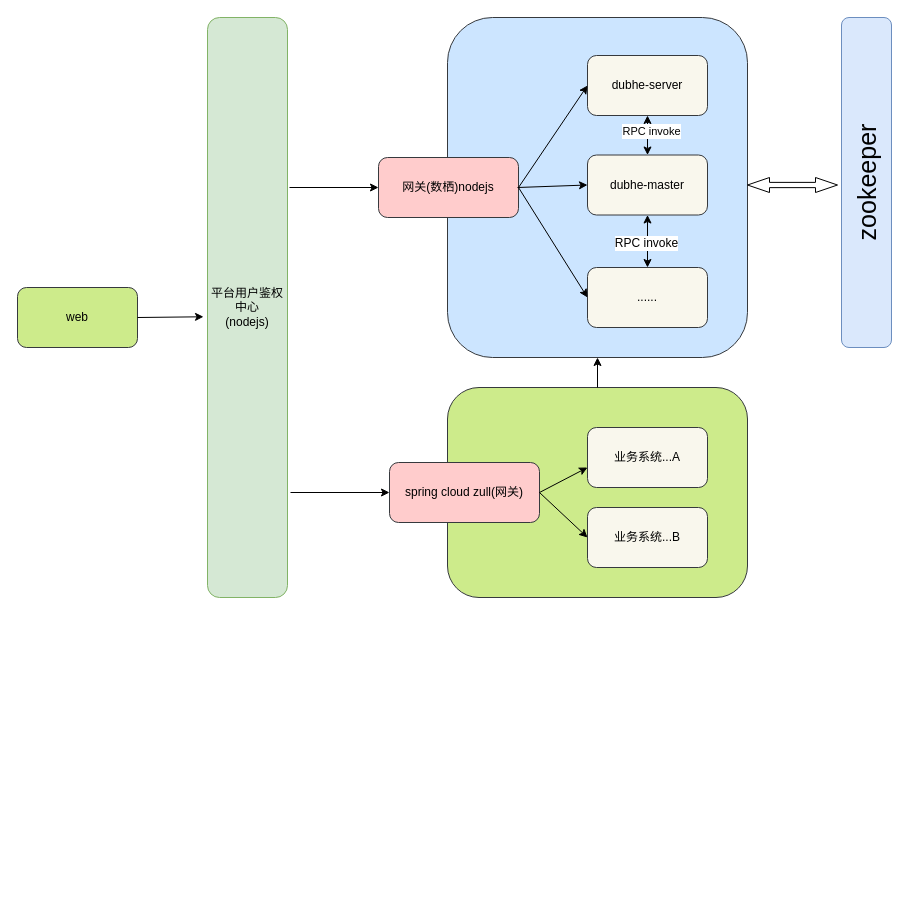
Before: page "Page-1" (1 of 2) of 标签平台.drawio in xrh169/draw, a draw.io diagram. Source tidied: cells renumbered, new cells numbered last; positions are measured from the earlier drawing's top-left corner, leaving out a move shared by most shapes. Both pictures are drawn from the tidied source at 100%, with x=0, y=0 at pixel (17, 17).
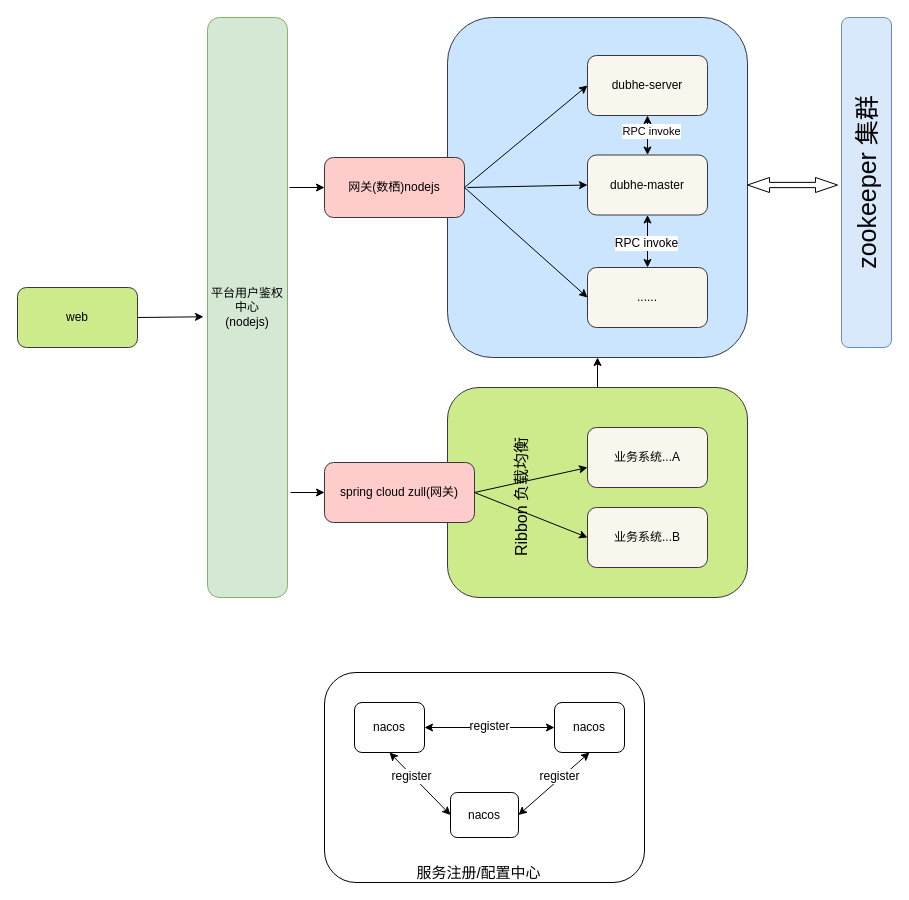
Above is the later version.

The change refers to these unchanged cells:
```xml
<mxCell id="9" value="&lt;div&gt;&lt;span&gt;dubhe-master &lt;/span&gt;&lt;/div&gt;" style="rounded=1;whiteSpace=wrap;html=1;fillColor=#f9f7ed;strokeColor=#36393d;" parent="1" vertex="1">
  <mxGeometry x="570" y="137.5" width="120" height="60" as="geometry" />
</mxCell>
```

Diff of the diagram source:
```diff
@@
+    <mxCell id="28" style="rounded=1;whiteSpace=wrap;html=1;" parent="1" vertex="1">
+      <mxGeometry x="307" y="655" width="320" height="210" as="geometry" />
+    </mxCell>
@@
     <mxCell id="4" value="&lt;span&gt;spring cloud zull(网关)&lt;/span&gt;" style="rounded=1;whiteSpace=wrap;html=1;shadow=0;fillColor=#ffcccc;strokeColor=#36393d;" parent="1" vertex="1">
-      <mxGeometry x="372" y="445" width="150" height="60" as="geometry" />
+      <mxGeometry x="307" y="445" width="150" height="60" as="geometry" />
     </mxCell>
     <mxCell id="5" value="网关(数栖)nodejs" style="rounded=1;whiteSpace=wrap;html=1;fillColor=#ffcccc;strokeColor=#36393d;" parent="1" vertex="1">
-      <mxGeometry x="361" y="140" width="140" height="60" as="geometry" />
+      <mxGeometry x="307" y="140" width="140" height="60" as="geometry" />
     </mxCell>
@@
     <mxCell id="18" style="endArrow=classic;html=1;entryX=0;entryY=0.5;entryDx=0;entryDy=0;" parent="1" edge="1" target="9">
       <mxGeometry relative="1" as="geometry">
-        <mxPoint x="500" y="170" as="sourcePoint" />
+        <mxPoint x="450" y="170" as="sourcePoint" />
       </mxGeometry>
     </mxCell>
@@
-    <mxCell id="22" value="zookeeper" style="rounded=1;whiteSpace=wrap;html=1;shadow=0;verticalAlign=middle;horizontal=0;fontSize=25;fillColor=#dae8fc;strokeColor=#6c8ebf;" parent="1" vertex="1">
+    <mxCell id="22" value="zookeeper 集群" style="rounded=1;whiteSpace=wrap;html=1;shadow=0;verticalAlign=middle;horizontal=0;fontSize=25;fillColor=#dae8fc;strokeColor=#6c8ebf;" parent="1" vertex="1">
       <mxGeometry x="824" width="50" height="330" as="geometry" />
     </mxCell>
@@
+    <mxCell id="29" value="nacos" style="rounded=1;whiteSpace=wrap;html=1;" parent="1" vertex="1">
+      <mxGeometry x="337" y="685" width="70" height="50" as="geometry" />
+    </mxCell>
+    <mxCell id="30" value="nacos" style="rounded=1;whiteSpace=wrap;html=1;" parent="1" vertex="1">
+      <mxGeometry x="537" y="685" width="70" height="50" as="geometry" />
+    </mxCell>
+    <mxCell id="31" value="nacos" style="rounded=1;whiteSpace=wrap;html=1;" parent="1" vertex="1">
+      <mxGeometry x="433" y="775" width="68" height="45" as="geometry" />
+    </mxCell>
+    <mxCell id="32" style="endArrow=classic;startArrow=classic;html=1;exitX=1;exitY=0.5;exitDx=0;exitDy=0;entryX=0;entryY=0.5;entryDx=0;entryDy=0;" parent="1" edge="1" source="29" target="30">
+      <mxGeometry relative="1" as="geometry" />
+    </mxCell>
+    <mxCell id="33" value="register" style="text;html=1;align=center;verticalAlign=middle;labelBackgroundColor=#ffffff;" parent="32" vertex="1">
+      <mxGeometry x="-0.02" y="2" relative="1" as="geometry" />
+    </mxCell>
+    <mxCell id="34" style="endArrow=classic;startArrow=classic;html=1;entryX=0.5;entryY=1;entryDx=0;entryDy=0;exitX=1;exitY=0.5;exitDx=0;exitDy=0;" parent="1" edge="1" source="31" target="30">
+      <mxGeometry relative="1" as="geometry" />
+    </mxCell>
+    <mxCell id="35" value="register" style="text;html=1;align=center;verticalAlign=middle;labelBackgroundColor=#ffffff;" parent="34" vertex="1">
+      <mxGeometry x="0.18" y="3" relative="1" as="geometry" />
+    </mxCell>
+    <mxCell id="36" style="endArrow=classic;startArrow=classic;html=1;entryX=0;entryY=0.5;entryDx=0;entryDy=0;exitX=0.5;exitY=1;exitDx=0;exitDy=0;" parent="1" edge="1" source="29" target="31">
+      <mxGeometry relative="1" as="geometry" />
+    </mxCell>
+    <mxCell id="37" value="register" style="text;html=1;align=center;verticalAlign=middle;labelBackgroundColor=#ffffff;" parent="36" vertex="1">
+      <mxGeometry x="-0.26" y="-1" relative="1" as="geometry" />
+    </mxCell>
+    <mxCell id="38" value="服务注册/配置中心" style="text;html=1;strokeColor=none;fillColor=none;align=center;verticalAlign=middle;whiteSpace=wrap;rounded=0;fontSize=15;" parent="1" vertex="1">
+      <mxGeometry x="371.5" y="845" width="179" height="20" as="geometry" />
+    </mxCell>
+    <mxCell id="39" value="&lt;span style=&quot;font-size: 16px&quot;&gt;Ribbon 负载均衡&lt;/span&gt;" style="text;html=1;strokeColor=none;fillColor=none;align=center;verticalAlign=middle;whiteSpace=wrap;rounded=0;fontSize=16;direction=north;horizontal=0;" parent="1" vertex="1">
+      <mxGeometry x="490" y="410" width="27" height="140" as="geometry" />
+    </mxCell>
```
